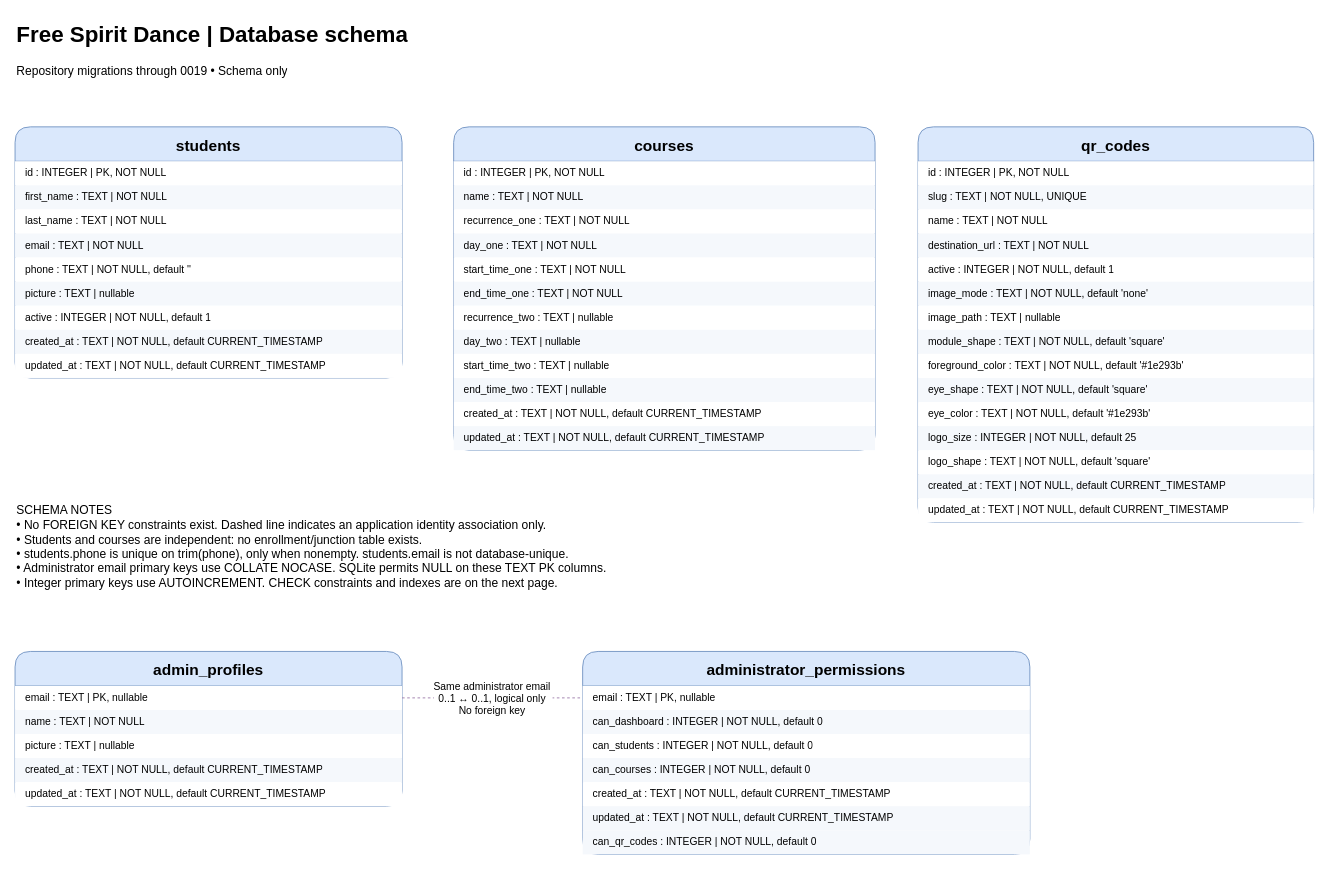
The draw.io diagram page "Database overview" (1 of 2) of docs/database.drawio in AlexandruDanCroitoriu/free-spirit-dance, before the edit. Source tidied: cells renumbered, new cells numbered last; positions are measured from the earlier drawing's top-left corner, leaving out a move shared by most shapes. Both pictures are drawn from the tidied source at 86%, with x=0, y=0 at pixel (15, 15).
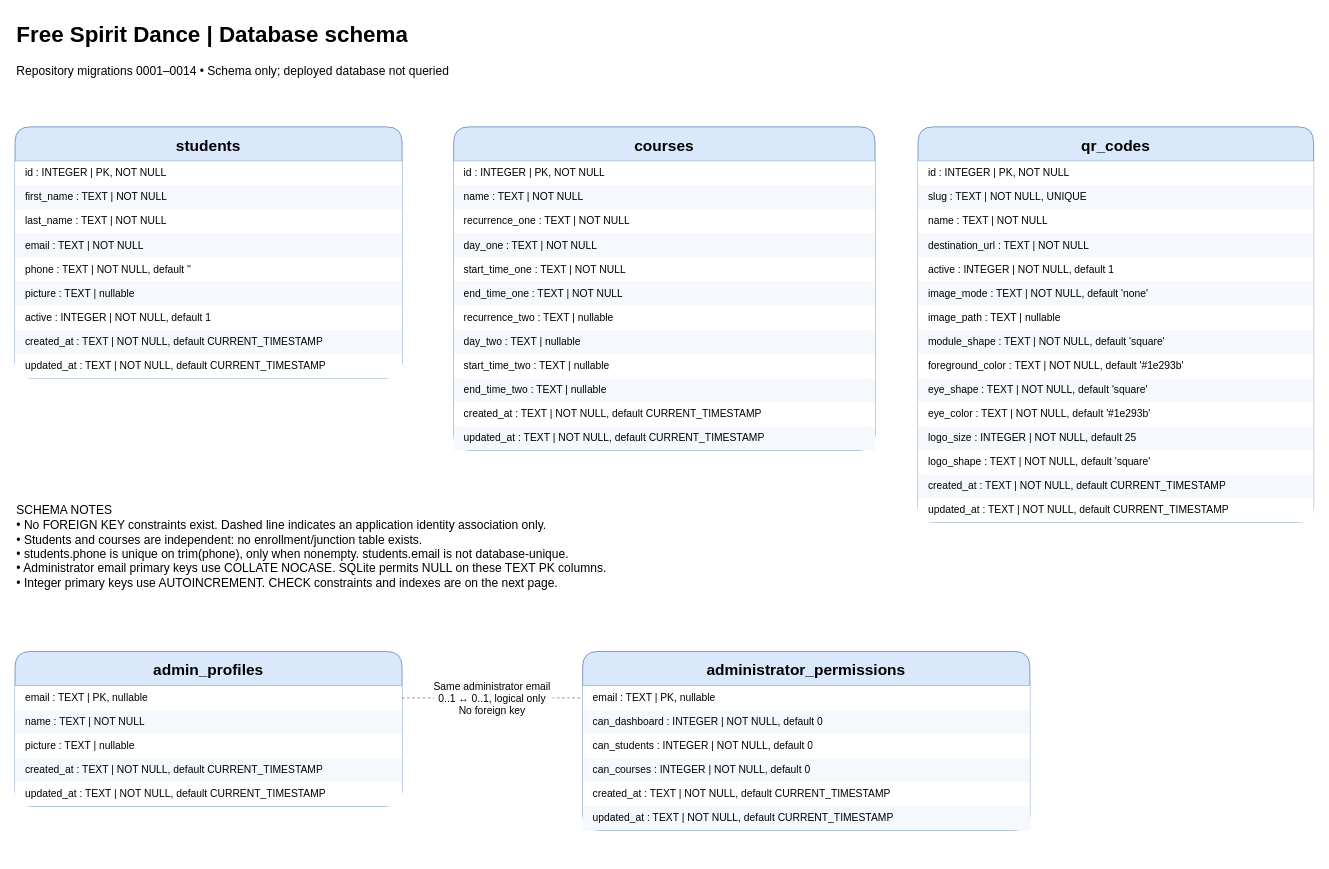
Above is the later version.

What changed in the source:
```diff
@@
-    <mxCell id="3" value="Repository migrations through 0019 • Schema only" style="text;html=0;align=left;verticalAlign=middle;whiteSpace=wrap;overflow=hidden;fontSize=14;" parent="1" vertex="1">
+    <mxCell id="3" value="Repository migrations 0001–0014 • Schema only; deployed database not queried" style="text;html=0;align=left;verticalAlign=middle;whiteSpace=wrap;overflow=hidden;fontSize=14;" parent="1" vertex="1">
       <mxGeometry y="50" width="1450" height="30" as="geometry" />
     </mxCell>
@@
     <mxCell id="49" value="administrator_permissions" style="swimlane;html=0;startSize=40;horizontal=1;rounded=1;fillColor=#dae8fc;strokeColor=#6c8ebf;fontSize=18;fontStyle=1;" parent="1" vertex="1">
-      <mxGeometry x="660" y="740" width="520" height="236" as="geometry" />
+      <mxGeometry x="660" y="740" width="520" height="208" as="geometry" />
     </mxCell>
@@
-    <mxCell id="58" value="can_qr_codes : INTEGER  |  NOT NULL, default 0" style="text;html=0;align=left;verticalAlign=middle;whiteSpace=wrap;overflow=hidden;fontSize=12;spacingLeft=10;fillColor=#f5f8fc;" parent="49" vertex="1">
-      <mxGeometry y="208" width="520" height="28" as="geometry" />
-    </mxCell>
```
